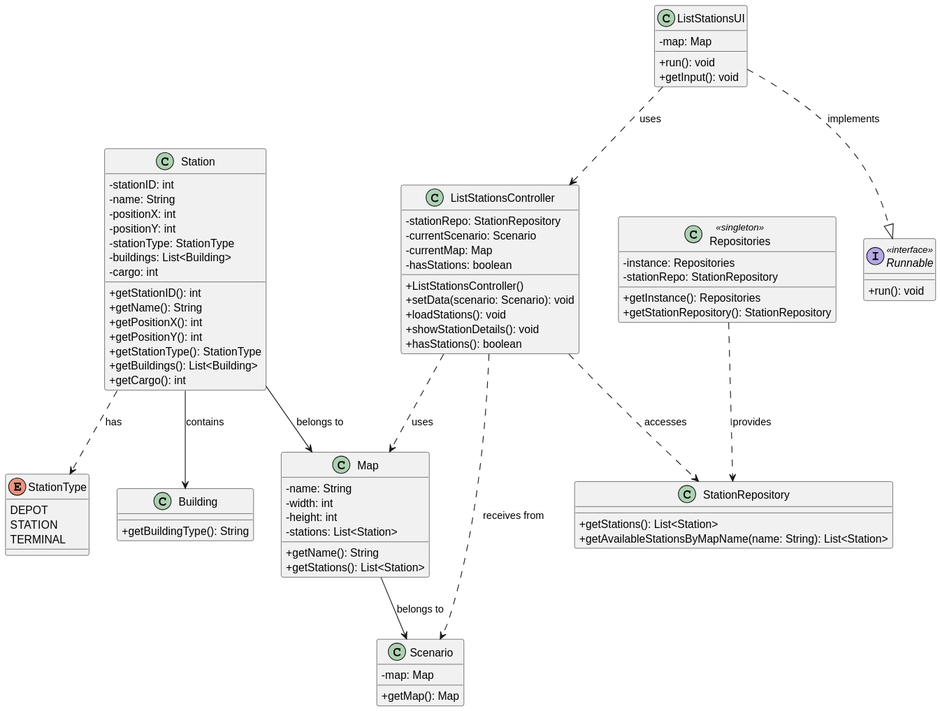
Above: docs/sprint3/us007/03.design/svg/us007-class-diagram.svg in ivasduarte/all-aboard (PlantUML), before the change.
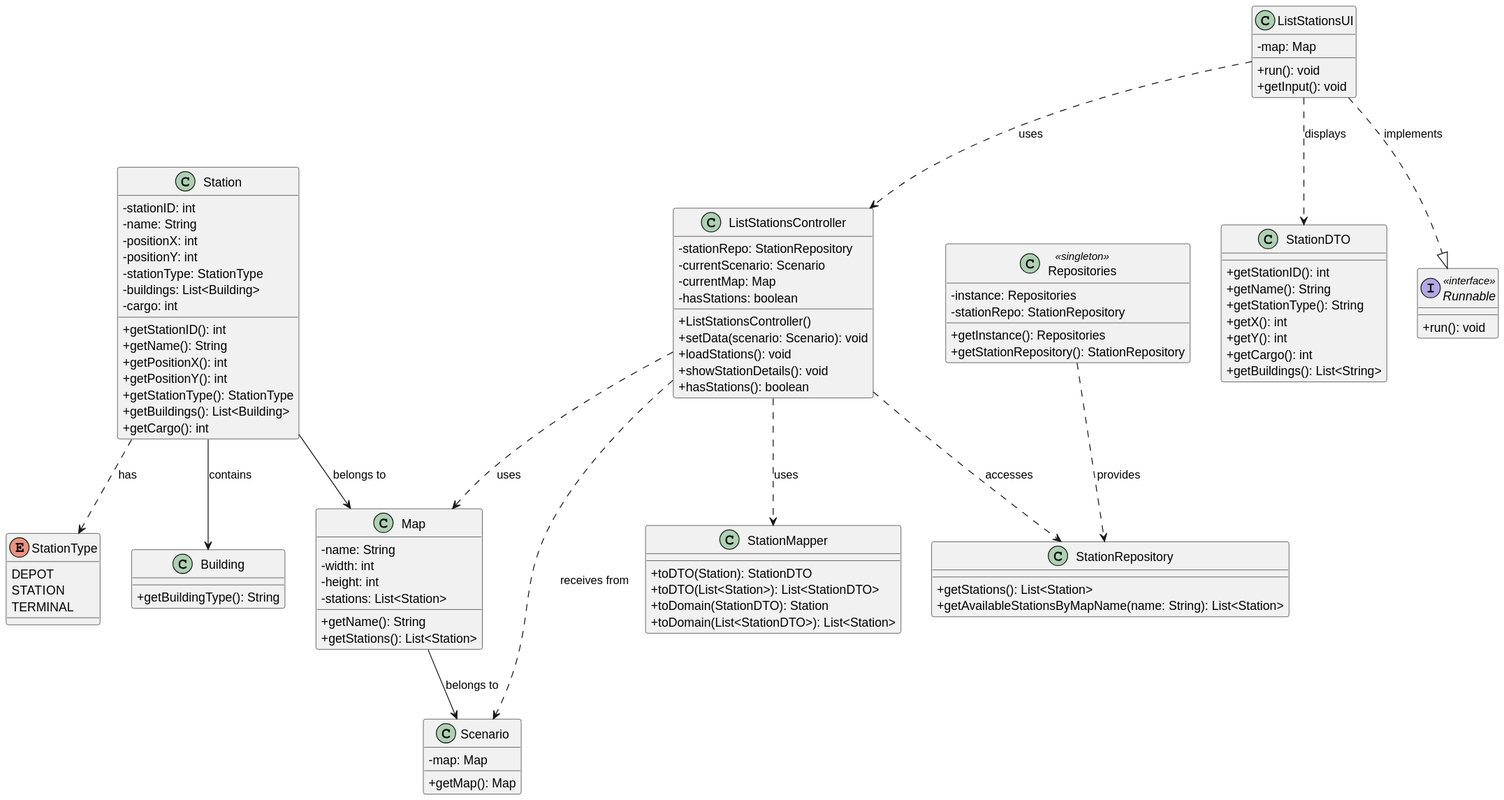
The same diagram one commit later.

Change to the diagram source:
```diff
@@ -18,6 +18,23 @@
   + getStationType(): StationType
   + getBuildings(): List<Building>
   + getCargo(): int
+}
+
+class StationDTO {
+  + getStationID(): int
+  + getName(): String
+  + getStationType(): String
+  + getX(): int
+  + getY(): int
+  + getCargo(): int
+  + getBuildings(): List<String>
+}
+
+class StationMapper {
+  + toDTO(Station): StationDTO
+  + toDTO(List<Station>): List<StationDTO>
+  + toDomain(StationDTO): Station
+  + toDomain(List<StationDTO>): List<Station>
 }
 
 enum StationType {
@@ -79,6 +96,9 @@
 }
 
 
+ListStationsController ..> StationMapper : uses
+ListStationsUI ..> StationDTO : displays
+
 ListStationsUI ..|> Runnable : implements
 ListStationsUI ..> ListStationsController : uses
 
```
